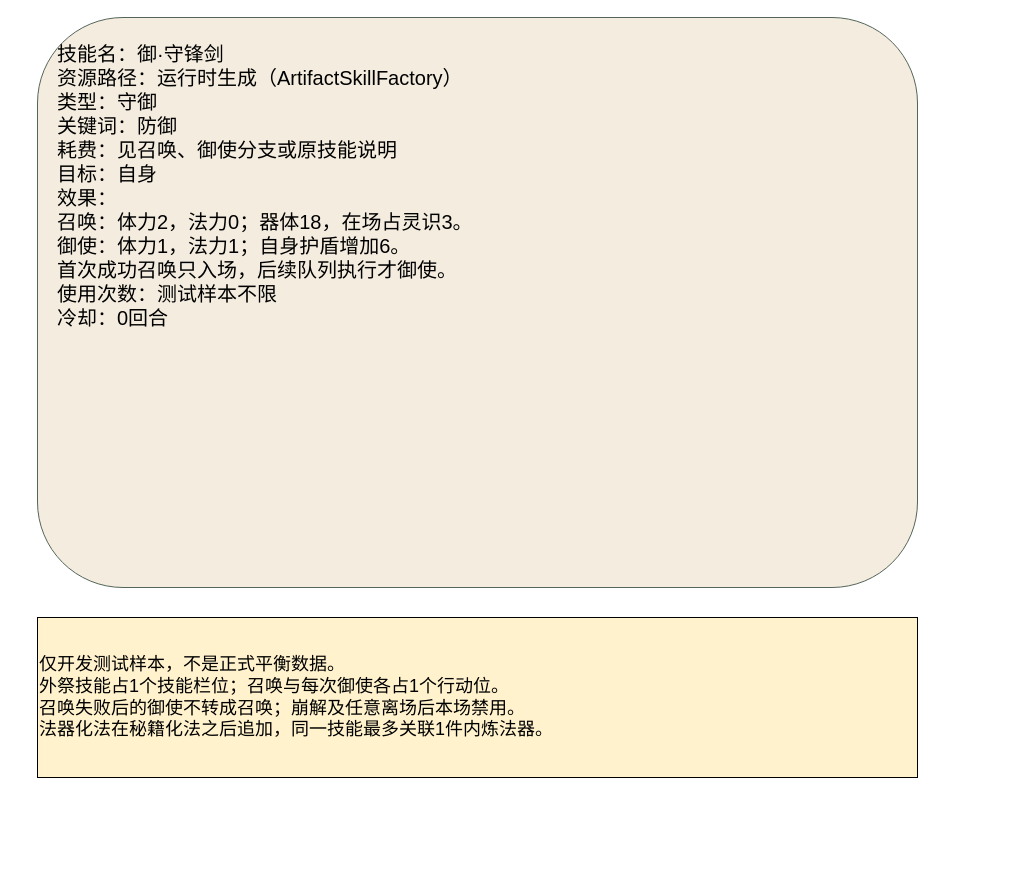
Above: page "御·守锋剑" (1 of 2) of docs/卡牌词典/法器测试/御守锋剑.drawio in ankundanetracyc-spec/tian-guan-you-du (draw.io), before the change. Source tidied: cells renumbered, new cells numbered last; positions are measured from the earlier drawing's top-left corner, leaving out a move shared by most shapes. Both pictures are drawn from the tidied source at 100%, with x=0, y=0 at pixel (37, 17).
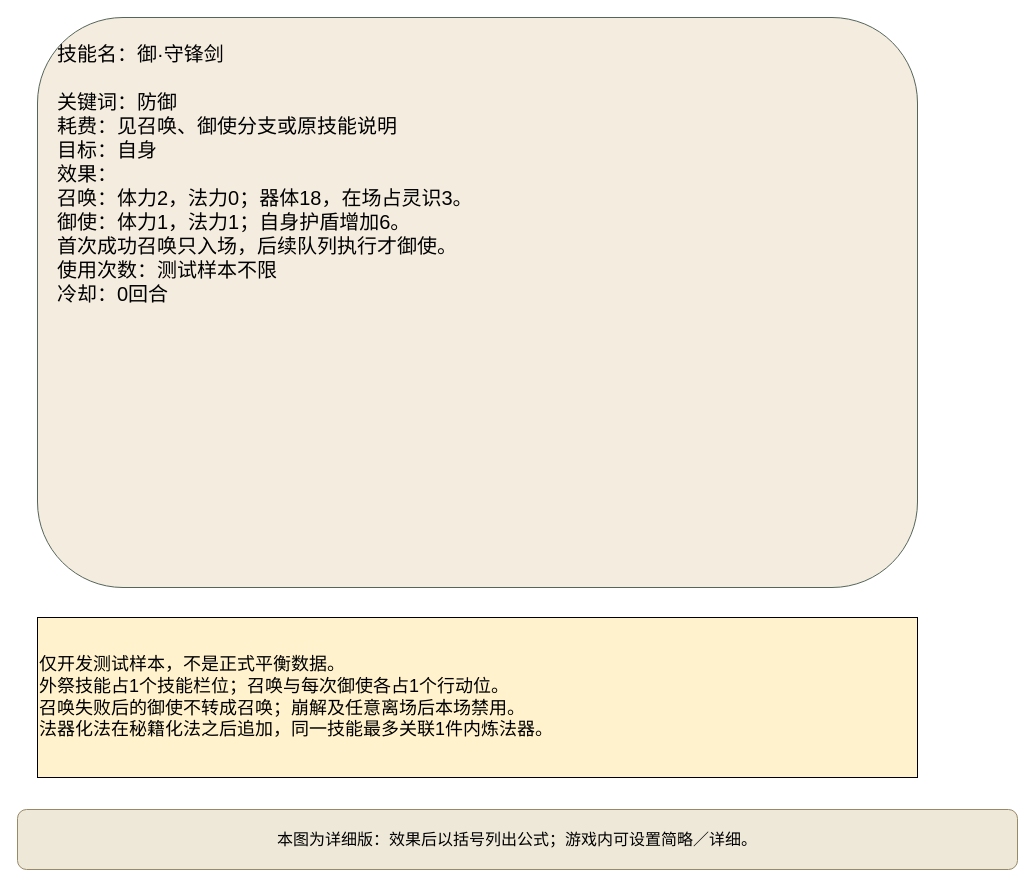
After the change.

Change to the diagram source:
```diff
@@
 <mxGraphModel>
   <root>
     <mxCell id="0" />
     <mxCell id="1" parent="0" />
-    <mxCell id="2" value="技能名：御·守锋剑&#10;资源路径：运行时生成（ArtifactSkillFactory）&#10;类型：守御&#10;关键词：防御&#10;耗费：见召唤、御使分支或原技能说明&#10;目标：自身&#10;效果：&#10;召唤：体力2，法力0；器体18，在场占灵识3。&#10;御使：体力1，法力1；自身护盾增加6。&#10;首次成功召唤只入场，后续队列执行才御使。&#10;使用次数：测试样本不限&#10;冷却：0回合" style="rounded=1;whiteSpace=wrap;html=0;align=left;verticalAlign=top;spacing=20;fontSize=20;fillColor=#f4eddf;strokeColor=#54655a;" parent="1" vertex="1">
+    <mxCell id="2" value="技能名：御·守锋剑&#10;&#10;关键词：防御&#10;耗费：见召唤、御使分支或原技能说明&#10;目标：自身&#10;效果：&#10;召唤：体力2，法力0；器体18，在场占灵识3。&#10;御使：体力1，法力1；自身护盾增加6。&#10;首次成功召唤只入场，后续队列执行才御使。&#10;使用次数：测试样本不限&#10;冷却：0回合" style="rounded=1;whiteSpace=wrap;html=0;align=left;verticalAlign=top;spacing=20;fontSize=20;fillColor=#f4eddf;strokeColor=#54655a;" parent="1" vertex="1">
       <mxGeometry width="880" height="570" as="geometry" />
     </mxCell>
     <mxCell id="3" value="仅开发测试样本，不是正式平衡数据。&#10;外祭技能占1个技能栏位；召唤与每次御使各占1个行动位。&#10;召唤失败后的御使不转成召唤；崩解及任意离场后本场禁用。&#10;法器化法在秘籍化法之后追加，同一技能最多关联1件内炼法器。" style="whiteSpace=wrap;html=0;align=left;fontSize=18;fillColor=#fff2cc;" parent="1" vertex="1">
       <mxGeometry y="600" width="880" height="160" as="geometry" />
     </mxCell>
+    <mxCell id="4" value="本图为详细版：效果后以括号列出公式；游戏内可设置简略／详细。" style="rounded=1;whiteSpace=wrap;html=1;fillColor=#eee8d8;strokeColor=#9a8967;fontSize=16;" parent="1" vertex="1">
+      <mxGeometry x="-20" y="792" width="1000" height="60" as="geometry" />
+    </mxCell>
   </root>
 </mxGraphModel>
```
